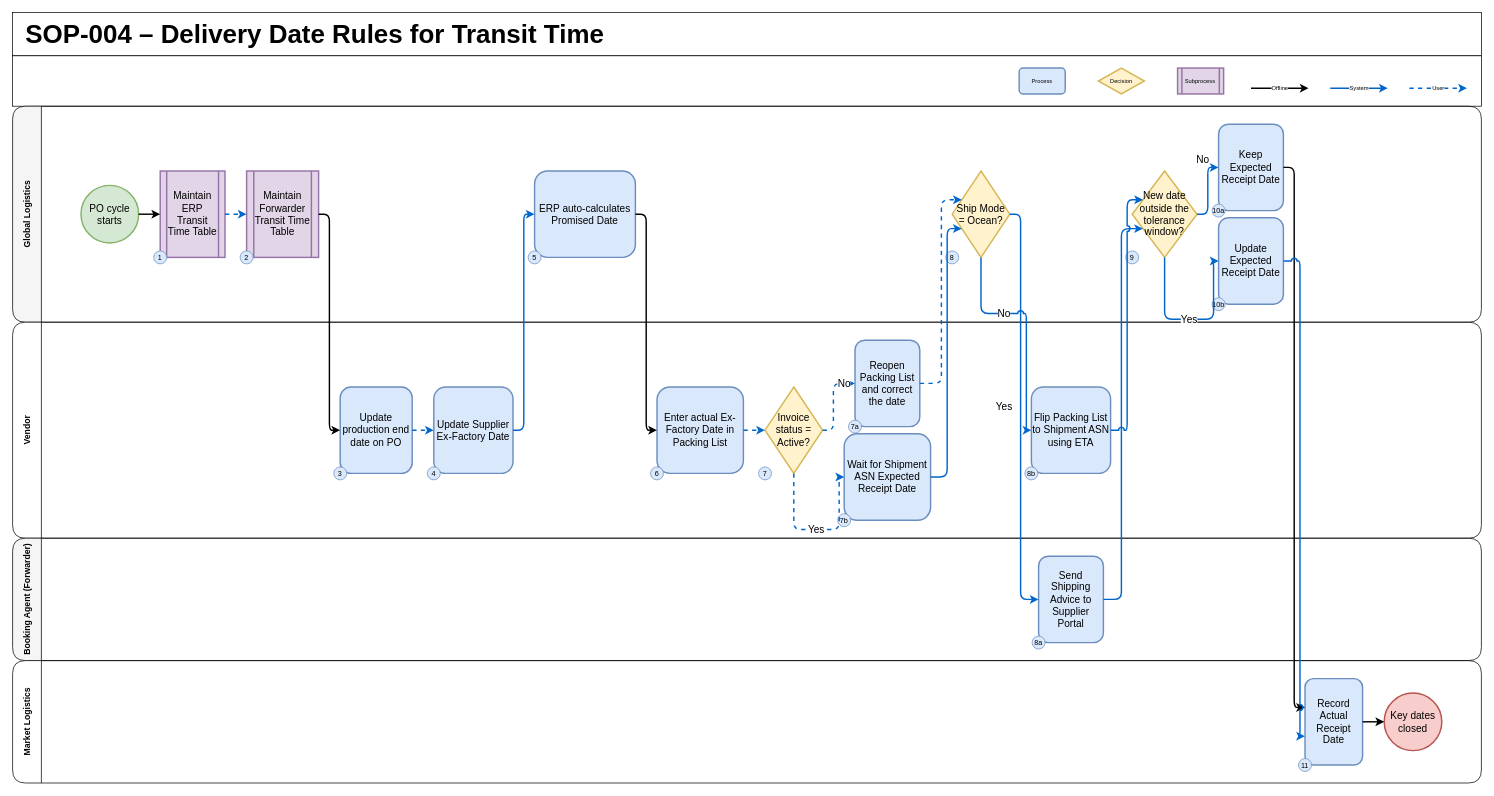
Andy-playground/Swimlane-builder keeps this draw.io diagram as examples/delivery-dates.drawio. Above is the earlier version. Source tidied: cells renumbered, new cells numbered last; positions are measured from the earlier drawing's top-left corner, leaving out a move shared by most shapes. Both pictures are drawn from the tidied source at 72%, with x=0, y=0 at pixel (12, 12).
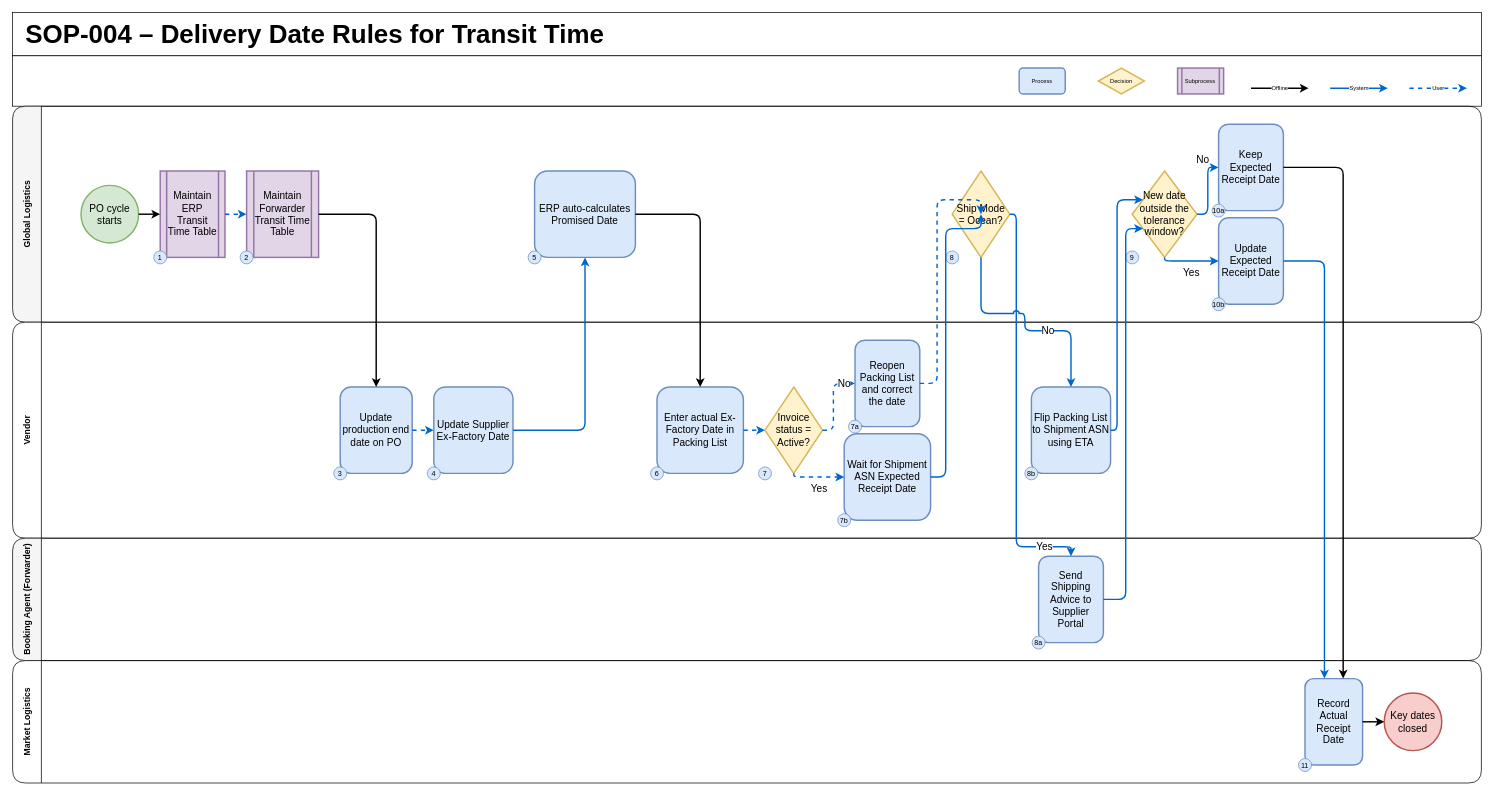
The same page after the edit.

The change refers to these unchanged cells:
```xml
<mxCell id="17" value="Maintain Forwarder Transit Time Table" style="shape=process;whiteSpace=wrap;html=1;fontFamily=Helvetica;fontSize=14;fillColor=#e1d5e7;strokeColor=#9673a6;strokeWidth=2;" parent="10" vertex="1">
  <mxGeometry x="325" y="90" width="100" height="120" as="geometry" />
</mxCell>
<mxCell id="19" value="ERP auto-calculates Promised Date" style="rounded=1;whiteSpace=wrap;html=1;fontFamily=Helvetica;fontSize=14;fillColor=#dae8fc;strokeColor=#6c8ebf;strokeWidth=2;" parent="10" vertex="1">
  <mxGeometry x="725" y="90" width="140" height="120" as="geometry" />
</mxCell>
<mxCell id="21" value="Ship Mode = Ocean?" style="rhombus;whiteSpace=wrap;html=1;fontFamily=Helvetica;fontSize=14;fillColor=#fff2cc;strokeColor=#d6b656;strokeWidth=2;" parent="10" vertex="1">
  <mxGeometry x="1305" y="90" width="80" height="120" as="geometry" />
</mxCell>
<mxCell id="23" value="New date outside the tolerance window?" style="rhombus;whiteSpace=wrap;html=1;fontFamily=Helvetica;fontSize=14;fillColor=#fff2cc;strokeColor=#d6b656;strokeWidth=2;" parent="10" vertex="1">
  <mxGeometry x="1555" y="90" width="90" height="120" as="geometry" />
</mxCell>
<mxCell id="25" value="Keep Expected Receipt Date" style="rounded=1;whiteSpace=wrap;html=1;fontFamily=Helvetica;fontSize=14;fillColor=#dae8fc;strokeColor=#6c8ebf;strokeWidth=2;" parent="10" vertex="1">
  <mxGeometry x="1675" y="25" width="90" height="120" as="geometry" />
</mxCell>
<mxCell id="27" value="Update Expected Receipt Date" style="rounded=1;whiteSpace=wrap;html=1;fontFamily=Helvetica;fontSize=14;fillColor=#dae8fc;strokeColor=#6c8ebf;strokeWidth=2;" parent="10" vertex="1">
  <mxGeometry x="1675" y="155" width="90" height="120" as="geometry" />
</mxCell>
<mxCell id="29" value="Update production end date on PO" style="rounded=1;whiteSpace=wrap;html=1;fontFamily=Helvetica;fontSize=14;fillColor=#dae8fc;strokeColor=#6c8ebf;strokeWidth=2;" parent="11" vertex="1">
  <mxGeometry x="455" y="90" width="100" height="120" as="geometry" />
</mxCell>
<mxCell id="31" value="Update Supplier Ex-Factory Date" style="rounded=1;whiteSpace=wrap;html=1;fontFamily=Helvetica;fontSize=14;fillColor=#dae8fc;strokeColor=#6c8ebf;strokeWidth=2;" parent="11" vertex="1">
  <mxGeometry x="585" y="90" width="110" height="120" as="geometry" />
</mxCell>
<mxCell id="33" value="Enter actual Ex-Factory Date in Packing List" style="rounded=1;whiteSpace=wrap;html=1;fontFamily=Helvetica;fontSize=14;fillColor=#dae8fc;strokeColor=#6c8ebf;strokeWidth=2;" parent="11" vertex="1">
  <mxGeometry x="895" y="90" width="120" height="120" as="geometry" />
</mxCell>
<mxCell id="35" value="Invoice status = Active?" style="rhombus;whiteSpace=wrap;html=1;fontFamily=Helvetica;fontSize=14;fillColor=#fff2cc;strokeColor=#d6b656;strokeWidth=2;" parent="11" vertex="1">
  <mxGeometry x="1045" y="90" width="80" height="120" as="geometry" />
</mxCell>
<mxCell id="37" value="Reopen Packing List and correct the date" style="rounded=1;whiteSpace=wrap;html=1;fontFamily=Helvetica;fontSize=14;fillColor=#dae8fc;strokeColor=#6c8ebf;strokeWidth=2;" parent="11" vertex="1">
  <mxGeometry x="1170" y="25" width="90" height="120" as="geometry" />
</mxCell>
<mxCell id="39" value="Wait for Shipment ASN Expected Receipt Date" style="rounded=1;whiteSpace=wrap;html=1;fontFamily=Helvetica;fontSize=14;fillColor=#dae8fc;strokeColor=#6c8ebf;strokeWidth=2;" parent="11" vertex="1">
  <mxGeometry x="1155" y="155" width="120" height="120" as="geometry" />
</mxCell>
<mxCell id="41" value="Flip Packing List to Shipment ASN using ETA" style="rounded=1;whiteSpace=wrap;html=1;fontFamily=Helvetica;fontSize=14;fillColor=#dae8fc;strokeColor=#6c8ebf;strokeWidth=2;" parent="11" vertex="1">
  <mxGeometry x="1415" y="90" width="110" height="120" as="geometry" />
</mxCell>
<mxCell id="43" value="Send Shipping Advice to Supplier Portal" style="rounded=1;whiteSpace=wrap;html=1;fontFamily=Helvetica;fontSize=14;fillColor=#dae8fc;strokeColor=#6c8ebf;strokeWidth=2;" parent="12" vertex="1">
  <mxGeometry x="1425" y="25" width="90" height="120" as="geometry" />
</mxCell>
<mxCell id="45" value="Record Actual Receipt Date" style="rounded=1;whiteSpace=wrap;html=1;fontFamily=Helvetica;fontSize=14;fillColor=#dae8fc;strokeColor=#6c8ebf;strokeWidth=2;" parent="13" vertex="1">
  <mxGeometry x="1795" y="25" width="80" height="120" as="geometry" />
</mxCell>
```

Diff of the diagram source:
```diff
@@
-    <mxCell id="50" style="edgeStyle=orthogonalEdgeStyle;rounded=1;html=1;fontFamily=Helvetica;fontSize=14;jettySize=auto;jumpStyle=arc;jumpSize=6;strokeWidth=2;exitX=1;exitY=0.5;exitDx=0;exitDy=0;entryX=0;entryY=0.5;entryDx=0;entryDy=0;" parent="1" edge="1" source="17" target="29">
+    <mxCell id="50" style="edgeStyle=orthogonalEdgeStyle;rounded=1;html=1;fontFamily=Helvetica;fontSize=14;jettySize=auto;jumpStyle=arc;jumpSize=6;strokeWidth=2;exitX=1;exitY=0.5;exitDx=0;exitDy=0;entryX=0.5;entryY=0;entryDx=0;entryDy=0;" parent="1" edge="1" source="17" target="29">
       <mxGeometry relative="1" as="geometry">
         <Array as="points">
-          <mxPoint x="440" y="280" />
-          <mxPoint x="440" y="580" />
+          <mxPoint x="505" y="280" />
         </Array>
       </mxGeometry>
     </mxCell>
@@
-    <mxCell id="52" style="edgeStyle=orthogonalEdgeStyle;rounded=1;html=1;fontFamily=Helvetica;fontSize=14;jettySize=auto;jumpStyle=arc;jumpSize=6;strokeWidth=2;strokeColor=#0066CC;exitX=1;exitY=0.5;exitDx=0;exitDy=0;entryX=0;entryY=0.5;entryDx=0;entryDy=0;" parent="1" edge="1" source="31" target="19">
+    <mxCell id="52" style="edgeStyle=orthogonalEdgeStyle;rounded=1;html=1;fontFamily=Helvetica;fontSize=14;jettySize=auto;jumpStyle=arc;jumpSize=6;strokeWidth=2;strokeColor=#0066CC;exitX=1;exitY=0.5;exitDx=0;exitDy=0;entryX=0.5;entryY=1;entryDx=0;entryDy=0;" parent="1" edge="1" source="31" target="19">
       <mxGeometry relative="1" as="geometry">
         <Array as="points">
-          <mxPoint x="710" y="580" />
-          <mxPoint x="710" y="280" />
+          <mxPoint x="795" y="580" />
         </Array>
       </mxGeometry>
     </mxCell>
-    <mxCell id="53" style="edgeStyle=orthogonalEdgeStyle;rounded=1;html=1;fontFamily=Helvetica;fontSize=14;jettySize=auto;jumpStyle=arc;jumpSize=6;strokeWidth=2;exitX=1;exitY=0.5;exitDx=0;exitDy=0;entryX=0;entryY=0.5;entryDx=0;entryDy=0;" parent="1" edge="1" source="19" target="33">
+    <mxCell id="53" style="edgeStyle=orthogonalEdgeStyle;rounded=1;html=1;fontFamily=Helvetica;fontSize=14;jettySize=auto;jumpStyle=arc;jumpSize=6;strokeWidth=2;exitX=1;exitY=0.5;exitDx=0;exitDy=0;entryX=0.5;entryY=0;entryDx=0;entryDy=0;" parent="1" edge="1" source="19" target="33">
       <mxGeometry relative="1" as="geometry">
         <Array as="points">
-          <mxPoint x="880" y="280" />
-          <mxPoint x="880" y="580" />
+          <mxPoint x="955" y="280" />
         </Array>
       </mxGeometry>
     </mxCell>
@@
     <mxCell id="56" value="Yes" style="edgeStyle=orthogonalEdgeStyle;rounded=1;html=1;fontFamily=Helvetica;fontSize=14;jettySize=auto;jumpStyle=arc;jumpSize=6;strokeWidth=2;strokeColor=#0066CC;dashed=1;exitX=0.5;exitY=1;exitDx=0;exitDy=0;entryX=0;entryY=0.5;entryDx=0;entryDy=0;" parent="1" edge="1" source="35" target="39">
-      <mxGeometry x="-0.01" relative="1" as="geometry">
+      <mxGeometry x="0.07" relative="1" as="geometry">
         <Array as="points">
-          <mxPoint x="1085" y="718" />
-          <mxPoint x="1148" y="718" />
-          <mxPoint x="1148" y="645" />
+          <mxPoint x="1085" y="645" />
         </Array>
+        <mxPoint y="16" as="offset" />
       </mxGeometry>
     </mxCell>
-    <mxCell id="57" style="edgeStyle=orthogonalEdgeStyle;rounded=1;html=1;fontFamily=Helvetica;fontSize=14;jettySize=auto;jumpStyle=arc;jumpSize=6;strokeWidth=2;strokeColor=#0066CC;dashed=1;exitX=1;exitY=0.5;exitDx=0;exitDy=0;entryX=0.167;entryY=0.333;entryDx=0;entryDy=0;" parent="1" edge="1" source="37" target="21">
+    <mxCell id="57" style="edgeStyle=orthogonalEdgeStyle;rounded=1;html=1;fontFamily=Helvetica;fontSize=14;jettySize=auto;jumpStyle=arc;jumpSize=6;strokeWidth=2;strokeColor=#0066CC;dashed=1;exitX=1;exitY=0.5;exitDx=0;exitDy=0;entryX=0.166667;entryY=0.333333;entryDx=0;entryDy=0;" parent="1" edge="1" source="37" target="21">
       <mxGeometry relative="1" as="geometry">
         <Array as="points">
-          <mxPoint x="1290" y="515" />
-          <mxPoint x="1290" y="260" />
+          <mxPoint x="1284" y="515" />
+          <mxPoint x="1284" y="260" />
         </Array>
       </mxGeometry>
     </mxCell>
-    <mxCell id="58" style="edgeStyle=orthogonalEdgeStyle;rounded=1;html=1;fontFamily=Helvetica;fontSize=14;jettySize=auto;jumpStyle=arc;jumpSize=6;strokeWidth=2;strokeColor=#0066CC;exitX=1;exitY=0.5;exitDx=0;exitDy=0;entryX=0.167;entryY=0.667;entryDx=0;entryDy=0;" parent="1" edge="1" source="39" target="21">
+    <mxCell id="58" style="edgeStyle=orthogonalEdgeStyle;rounded=1;html=1;fontFamily=Helvetica;fontSize=14;jettySize=auto;jumpStyle=arc;jumpSize=6;strokeWidth=2;strokeColor=#0066CC;exitX=1;exitY=0.5;exitDx=0;exitDy=0;entryX=0.166667;entryY=0.666667;entryDx=0;entryDy=0;" parent="1" edge="1" source="39" target="21">
       <mxGeometry relative="1" as="geometry">
         <Array as="points">
-          <mxPoint x="1298" y="645" />
-          <mxPoint x="1298" y="300" />
+          <mxPoint x="1296" y="645" />
+          <mxPoint x="1296" y="300" />
         </Array>
       </mxGeometry>
     </mxCell>
-    <mxCell id="59" value="Yes" style="edgeStyle=orthogonalEdgeStyle;rounded=1;html=1;fontFamily=Helvetica;fontSize=14;jettySize=auto;jumpStyle=arc;jumpSize=6;strokeWidth=2;strokeColor=#0066CC;exitX=1;exitY=0.5;exitDx=0;exitDy=0;entryX=0;entryY=0.5;entryDx=0;entryDy=0;" parent="1" edge="1" source="21" target="43">
-      <mxGeometry x="-0.02" relative="1" as="geometry">
+    <mxCell id="59" value="Yes" style="edgeStyle=orthogonalEdgeStyle;rounded=1;html=1;fontFamily=Helvetica;fontSize=14;jettySize=auto;jumpStyle=arc;jumpSize=6;strokeWidth=2;strokeColor=#0066CC;exitX=1;exitY=0.5;exitDx=0;exitDy=0;entryX=0.5;entryY=0;entryDx=0;entryDy=0;" parent="1" edge="1" source="21" target="43">
+      <mxGeometry x="0.82" relative="1" as="geometry">
         <Array as="points">
-          <mxPoint x="1400" y="280" />
-          <mxPoint x="1400" y="815" />
+          <mxPoint x="1394" y="280" />
+          <mxPoint x="1394" y="742" />
+          <mxPoint x="1470" y="742" />
         </Array>
-        <mxPoint x="-23" as="offset" />
       </mxGeometry>
     </mxCell>
-    <mxCell id="60" value="No" style="edgeStyle=orthogonalEdgeStyle;rounded=1;html=1;fontFamily=Helvetica;fontSize=14;jettySize=auto;jumpStyle=arc;jumpSize=6;strokeWidth=2;strokeColor=#0066CC;exitX=0.5;exitY=1;exitDx=0;exitDy=0;entryX=0;entryY=0.5;entryDx=0;entryDy=0;" parent="1" edge="1" source="21" target="41">
-      <mxGeometry x="-0.29" relative="1" as="geometry">
+    <mxCell id="60" value="No" style="edgeStyle=orthogonalEdgeStyle;rounded=1;html=1;fontFamily=Helvetica;fontSize=14;jettySize=auto;jumpStyle=arc;jumpSize=6;strokeWidth=2;strokeColor=#0066CC;exitX=0.5;exitY=1;exitDx=0;exitDy=0;entryX=0.5;entryY=0;entryDx=0;entryDy=0;" parent="1" edge="1" source="21" target="41">
+      <mxGeometry x="0.28" relative="1" as="geometry">
         <Array as="points">
           <mxPoint x="1345" y="418" />
-          <mxPoint x="1408" y="418" />
-          <mxPoint x="1408" y="580" />
+          <mxPoint x="1406" y="418" />
+          <mxPoint x="1406" y="442" />
+          <mxPoint x="1470" y="442" />
         </Array>
       </mxGeometry>
     </mxCell>
-    <mxCell id="61" style="edgeStyle=orthogonalEdgeStyle;rounded=1;html=1;fontFamily=Helvetica;fontSize=14;jettySize=auto;jumpStyle=arc;jumpSize=6;strokeWidth=2;strokeColor=#0066CC;exitX=1;exitY=0.5;exitDx=0;exitDy=0;entryX=0.167;entryY=0.667;entryDx=0;entryDy=0;" parent="1" edge="1" source="43" target="23">
+    <mxCell id="61" style="edgeStyle=orthogonalEdgeStyle;rounded=1;html=1;fontFamily=Helvetica;fontSize=14;jettySize=auto;jumpStyle=arc;jumpSize=6;strokeWidth=2;strokeColor=#0066CC;exitX=1;exitY=0.5;exitDx=0;exitDy=0;entryX=0.166667;entryY=0.666667;entryDx=0;entryDy=0;" parent="1" edge="1" source="43" target="23">
       <mxGeometry relative="1" as="geometry">
         <Array as="points">
-          <mxPoint x="1540" y="815" />
-          <mxPoint x="1540" y="300" />
+          <mxPoint x="1546" y="815" />
+          <mxPoint x="1546" y="300" />
         </Array>
       </mxGeometry>
     </mxCell>
-    <mxCell id="62" style="edgeStyle=orthogonalEdgeStyle;rounded=1;html=1;fontFamily=Helvetica;fontSize=14;jettySize=auto;jumpStyle=arc;jumpSize=6;strokeWidth=2;strokeColor=#0066CC;exitX=1;exitY=0.5;exitDx=0;exitDy=0;entryX=0.167;entryY=0.333;entryDx=0;entryDy=0;" parent="1" edge="1" source="41" target="23">
+    <mxCell id="62" style="edgeStyle=orthogonalEdgeStyle;rounded=1;html=1;fontFamily=Helvetica;fontSize=14;jettySize=auto;jumpStyle=arc;jumpSize=6;strokeWidth=2;strokeColor=#0066CC;exitX=1;exitY=0.5;exitDx=0;exitDy=0;entryX=0.166667;entryY=0.333333;entryDx=0;entryDy=0;" parent="1" edge="1" source="41" target="23">
       <mxGeometry relative="1" as="geometry">
         <Array as="points">
-          <mxPoint x="1548" y="580" />
-          <mxPoint x="1548" y="260" />
+          <mxPoint x="1534" y="580" />
+          <mxPoint x="1534" y="260" />
         </Array>
       </mxGeometry>
     </mxCell>
@@
     <mxCell id="64" value="Yes" style="edgeStyle=orthogonalEdgeStyle;rounded=1;html=1;fontFamily=Helvetica;fontSize=14;jettySize=auto;jumpStyle=arc;jumpSize=6;strokeWidth=2;strokeColor=#0066CC;exitX=0.5;exitY=1;exitDx=0;exitDy=0;entryX=0;entryY=0.5;entryDx=0;entryDy=0;" parent="1" edge="1" source="23" target="27">
-      <mxGeometry x="-0.01" relative="1" as="geometry">
+      <mxGeometry x="0.06" relative="1" as="geometry">
         <Array as="points">
-          <mxPoint x="1600" y="426" />
-          <mxPoint x="1668" y="426" />
-          <mxPoint x="1668" y="345" />
+          <mxPoint x="1600" y="345" />
         </Array>
+        <mxPoint y="16" as="offset" />
       </mxGeometry>
     </mxCell>
-    <mxCell id="65" style="edgeStyle=orthogonalEdgeStyle;rounded=1;html=1;fontFamily=Helvetica;fontSize=14;jettySize=auto;jumpStyle=arc;jumpSize=6;strokeWidth=2;exitX=1;exitY=0.5;exitDx=0;exitDy=0;entryX=0;entryY=0.333;entryDx=0;entryDy=0;" parent="1" edge="1" source="25" target="45">
+    <mxCell id="65" style="edgeStyle=orthogonalEdgeStyle;rounded=1;html=1;fontFamily=Helvetica;fontSize=14;jettySize=auto;jumpStyle=arc;jumpSize=6;strokeWidth=2;exitX=1;exitY=0.5;exitDx=0;exitDy=0;entryX=0.6625;entryY=0;entryDx=0;entryDy=0;" parent="1" edge="1" source="25" target="45">
       <mxGeometry relative="1" as="geometry">
         <Array as="points">
-          <mxPoint x="1780" y="215" />
-          <mxPoint x="1780" y="965" />
+          <mxPoint x="1848" y="215" />
         </Array>
       </mxGeometry>
     </mxCell>
-    <mxCell id="66" style="edgeStyle=orthogonalEdgeStyle;rounded=1;html=1;fontFamily=Helvetica;fontSize=14;jettySize=auto;jumpStyle=arc;jumpSize=6;strokeWidth=2;strokeColor=#0066CC;exitX=1;exitY=0.5;exitDx=0;exitDy=0;entryX=0;entryY=0.667;entryDx=0;entryDy=0;" parent="1" edge="1" source="27" target="45">
+    <mxCell id="66" style="edgeStyle=orthogonalEdgeStyle;rounded=1;html=1;fontFamily=Helvetica;fontSize=14;jettySize=auto;jumpStyle=arc;jumpSize=6;strokeWidth=2;strokeColor=#0066CC;exitX=1;exitY=0.5;exitDx=0;exitDy=0;entryX=0.3375;entryY=0;entryDx=0;entryDy=0;" parent="1" edge="1" source="27" target="45">
       <mxGeometry relative="1" as="geometry">
         <Array as="points">
-          <mxPoint x="1788" y="345" />
-          <mxPoint x="1788" y="1005" />
+          <mxPoint x="1822" y="345" />
         </Array>
       </mxGeometry>
     </mxCell>
```
